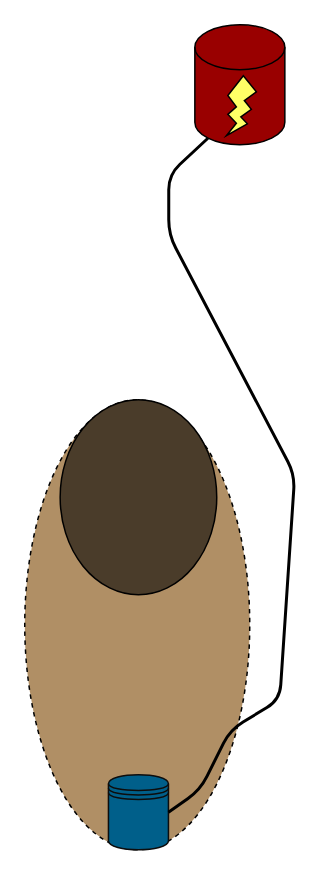
Before: Utils/Drawio/Animación Hito 1 Nido/Nido4.drawio in tlondero/Dise-o, a draw.io diagram. Source tidied: cells renumbered, new cells numbered last; positions are measured from the earlier drawing's top-left corner, leaving out a move shared by most shapes. Both pictures are drawn from the tidied source at 150%, with x=0, y=0 at pixel (24, 24).
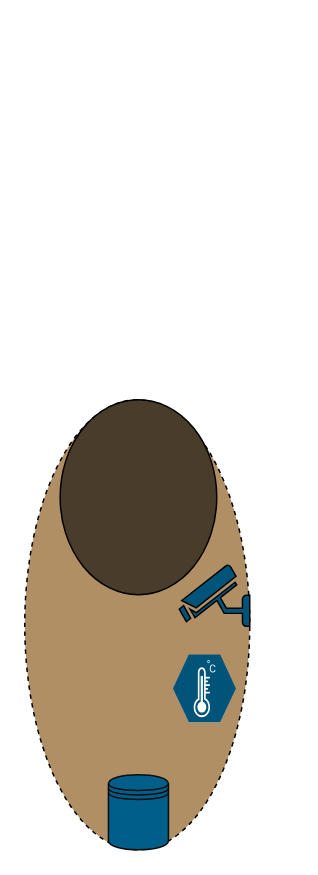
Above is the later version.

Diff of the diagram source:
```diff
@@
 <mxGraphModel>
   <root>
     <mxCell id="0" />
     <mxCell id="1" parent="0" />
-    <mxCell id="2" style="shape=cylinder3;whiteSpace=wrap;html=1;boundedLbl=1;backgroundOutline=1;size=15;fillColor=#990000;" parent="1" vertex="1">
-      <mxGeometry x="113.4" width="60" height="80" as="geometry" />
-    </mxCell>
     <mxCell id="3" style="ellipse;whiteSpace=wrap;html=1;direction=south;rotation=0;dashed=1;fillColor=#B08F65;perimeterSpacing=2;" parent="1" vertex="1">
       <mxGeometry y="250" width="150" height="300" as="geometry" />
     </mxCell>
-    <mxCell id="4" style="verticalLabelPosition=bottom;verticalAlign=top;html=1;shape=mxgraph.basic.flash;fillColor=#FFFF66;" parent="1" vertex="1">
-      <mxGeometry x="134.4" y="34" width="20" height="40" as="geometry" />
-    </mxCell>
     <mxCell id="5" style="shape=datastore;whiteSpace=wrap;html=1;strokeColor=#0D0D0D;fillColor=#005F8A;" parent="1" vertex="1">
       <mxGeometry x="55.8" y="500" width="40" height="50" as="geometry" />
     </mxCell>
     <mxCell id="6" style="ellipse;whiteSpace=wrap;html=1;fillColor=#4A3C2A;" parent="1" vertex="1">
       <mxGeometry x="23.6" y="250" width="104.4" height="130" as="geometry" />
     </mxCell>
-    <mxCell id="7" style="endArrow=none;html=1;fillColor=#005073;exitX=1;exitY=0.5;exitDx=0;exitDy=0;entryX=0.145;entryY=1;entryDx=0;entryDy=-4.35;entryPerimeter=0;strokeWidth=2;" parent="1" edge="1" source="5" target="2">
-      <mxGeometry relative="1" as="geometry">
-        <Array as="points">
-          <mxPoint x="117" y="510" />
-          <mxPoint x="137" y="470" />
-          <mxPoint x="170" y="450" />
-          <mxPoint x="180" y="300" />
-          <mxPoint x="96" y="140" />
-          <mxPoint x="96" y="100" />
-        </Array>
-      </mxGeometry>
-    </mxCell>
+    <mxCell id="8" style="verticalLabelPosition=bottom;html=1;strokeColor=#ffffff;verticalAlign=top;align=center;shape=mxgraph.cisco_safe.compositeIcon;bgIcon=mxgraph.cisco_safe.design.blank_device;resIcon=mxgraph.cisco_safe.design.sensor;gradientColor=#ffffff;fillColor=#00547A;" parent="1" vertex="1">
+      <mxGeometry x="98.8" y="420" width="42" height="45" as="geometry" />
+    </mxCell>
+    <mxCell id="9" style="fontColor=#0066CC;verticalAlign=top;verticalLabelPosition=bottom;labelPosition=center;align=center;html=1;gradientColor=none;gradientDirection=north;strokeWidth=2;shape=mxgraph.networks.security_camera;fillColor=#00547A;flipH=1;" parent="1" vertex="1">
+      <mxGeometry x="103" y="360" width="47" height="41" as="geometry" />
+    </mxCell>
   </root>
 </mxGraphModel>
```
